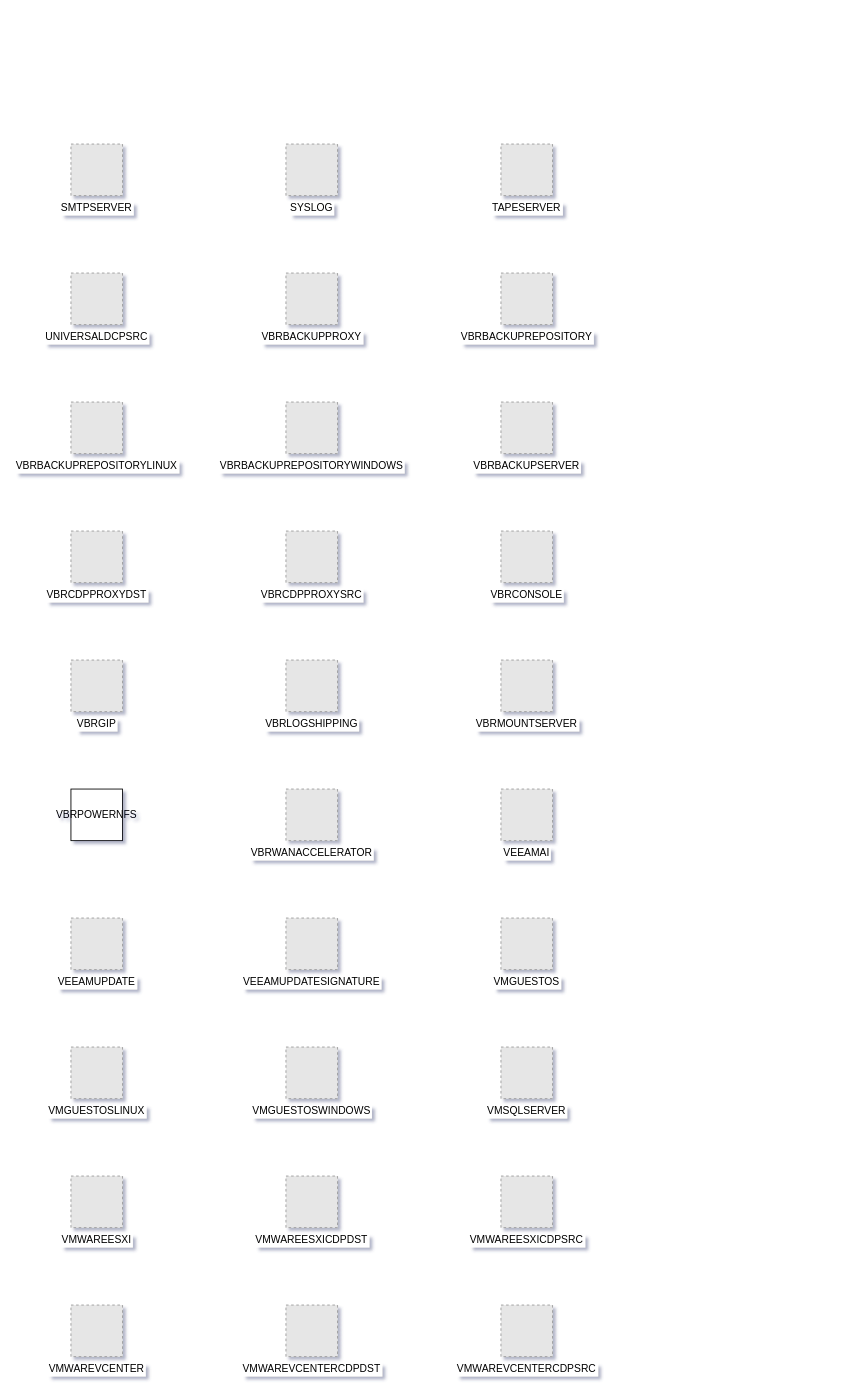
The draw.io diagram utility/check_styles/portfolio.drawio in strangenewcoder/VeeamDesigner, before the edit. Source tidied: cells renumbered, new cells numbered last; positions are measured from the earlier drawing's top-left corner, leaving out a move shared by most shapes. Both pictures are drawn from the tidied source at 86%, with x=0, y=0 at pixel (71, 144). Pictures stored in the file or linked from it are replaced by grey dashed boxes.
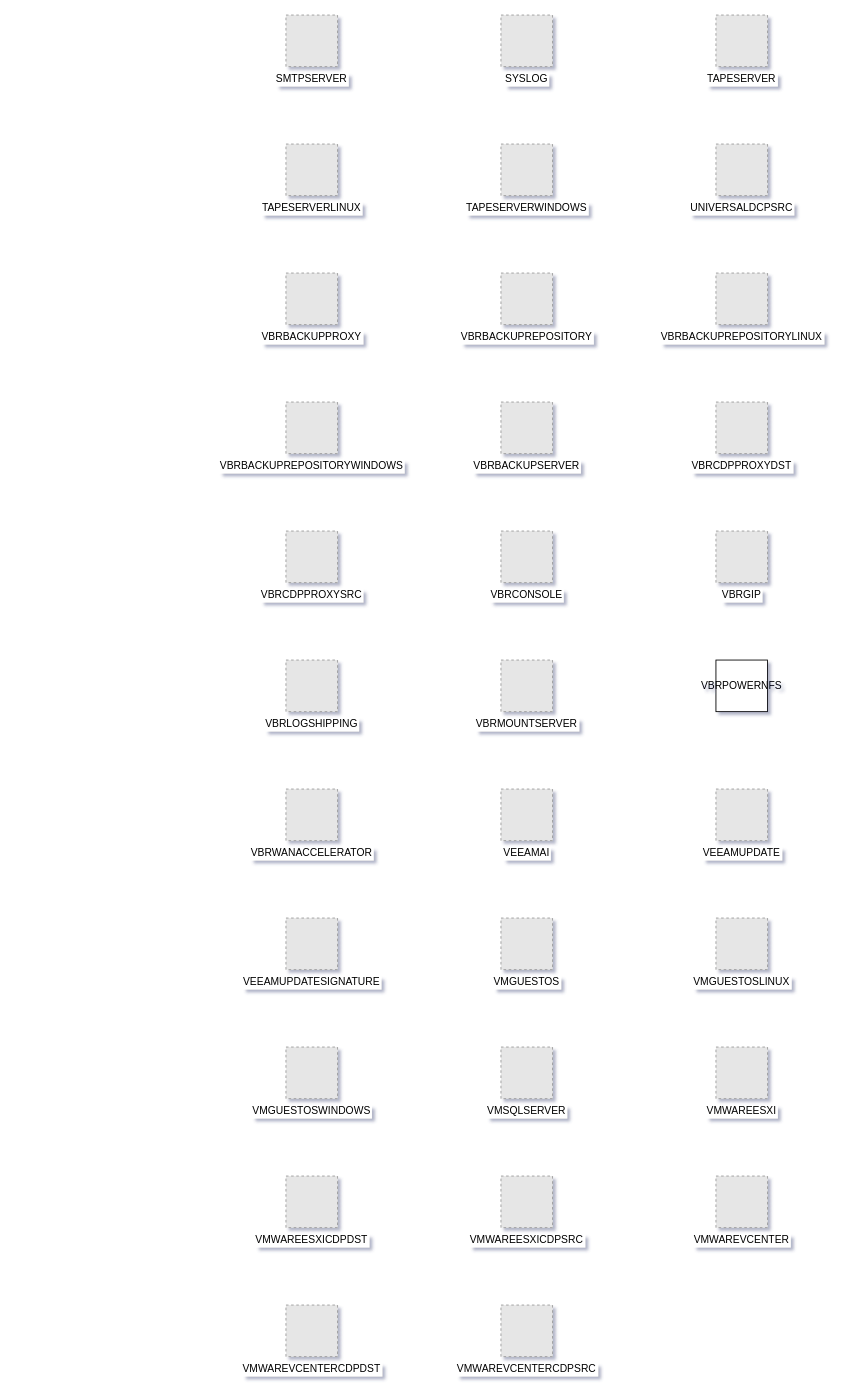
The same page after the edit.

What changed in the source:
```diff
@@
     <mxCell id="2" value="SMTPSERVER" style="fillColor=#E6E6E6;strokeColor=#999999;dashed=1;verticalLabelPosition=bottom;labelBackgroundColor=default;verticalAlign=top;" parent="1" vertex="1">
-      <mxGeometry width="60" height="60" as="geometry" />
+      <mxGeometry x="250" y="-150" width="60" height="60" as="geometry" />
     </mxCell>
     <mxCell id="3" value="SYSLOG" style="fillColor=#E6E6E6;strokeColor=#999999;dashed=1;verticalLabelPosition=bottom;labelBackgroundColor=default;verticalAlign=top;" parent="1" vertex="1">
-      <mxGeometry x="250" width="60" height="60" as="geometry" />
+      <mxGeometry x="500" y="-150" width="60" height="60" as="geometry" />
     </mxCell>
     <mxCell id="4" value="TAPESERVER" style="fillColor=#E6E6E6;strokeColor=#999999;dashed=1;verticalLabelPosition=bottom;labelBackgroundColor=default;verticalAlign=top;" parent="1" vertex="1">
-      <mxGeometry x="500" width="60" height="60" as="geometry" />
+      <mxGeometry x="750" y="-150" width="60" height="60" as="geometry" />
     </mxCell>
+    <mxCell id="32" value="TAPESERVERLINUX" style="fillColor=#E6E6E6;strokeColor=#999999;dashed=1;verticalLabelPosition=bottom;labelBackgroundColor=default;verticalAlign=top;" parent="1" vertex="1">
+      <mxGeometry x="250" width="60" height="60" as="geometry" />
+    </mxCell>
+    <mxCell id="33" value="TAPESERVERWINDOWS" style="fillColor=#E6E6E6;strokeColor=#999999;dashed=1;verticalLabelPosition=bottom;labelBackgroundColor=default;verticalAlign=top;" parent="1" vertex="1">
+      <mxGeometry x="500" width="60" height="60" as="geometry" />
+    </mxCell>
     <mxCell id="5" value="UNIVERSALDCPSRC" style="fillColor=#E6E6E6;strokeColor=#999999;dashed=1;verticalLabelPosition=bottom;labelBackgroundColor=default;verticalAlign=top;" parent="1" vertex="1">
-      <mxGeometry y="150" width="60" height="60" as="geometry" />
+      <mxGeometry x="750" width="60" height="60" as="geometry" />
     </mxCell>
@@
     <mxCell id="8" value="VBRBACKUPREPOSITORYLINUX" style="fillColor=#E6E6E6;strokeColor=#999999;dashed=1;verticalLabelPosition=bottom;labelBackgroundColor=default;verticalAlign=top;" parent="1" vertex="1">
-      <mxGeometry y="300" width="60" height="60" as="geometry" />
+      <mxGeometry x="750" y="150" width="60" height="60" as="geometry" />
     </mxCell>
@@
     <mxCell id="11" value="VBRCDPPROXYDST" style="fillColor=#E6E6E6;strokeColor=#999999;dashed=1;verticalLabelPosition=bottom;labelBackgroundColor=default;verticalAlign=top;" parent="1" vertex="1">
-      <mxGeometry y="450" width="60" height="60" as="geometry" />
+      <mxGeometry x="750" y="300" width="60" height="60" as="geometry" />
     </mxCell>
@@
     <mxCell id="14" value="VBRGIP" style="fillColor=#E6E6E6;strokeColor=#999999;dashed=1;verticalLabelPosition=bottom;labelBackgroundColor=default;verticalAlign=top;" parent="1" vertex="1">
-      <mxGeometry y="600" width="60" height="60" as="geometry" />
+      <mxGeometry x="750" y="450" width="60" height="60" as="geometry" />
     </mxCell>
@@
     <mxCell id="17" value="VBRPOWERNFS" style="rounded=0;whiteSpace=wrap;html=1;" parent="1" vertex="1">
-      <mxGeometry y="750" width="60" height="60" as="geometry" />
+      <mxGeometry x="750" y="600" width="60" height="60" as="geometry" />
     </mxCell>
@@
     <mxCell id="20" value="VEEAMUPDATE" style="fillColor=#E6E6E6;strokeColor=#999999;dashed=1;verticalLabelPosition=bottom;labelBackgroundColor=default;verticalAlign=top;" parent="1" vertex="1">
-      <mxGeometry y="900" width="60" height="60" as="geometry" />
+      <mxGeometry x="750" y="750" width="60" height="60" as="geometry" />
     </mxCell>
@@
     <mxCell id="23" value="VMGUESTOSLINUX" style="fillColor=#E6E6E6;strokeColor=#999999;dashed=1;verticalLabelPosition=bottom;labelBackgroundColor=default;verticalAlign=top;" parent="1" vertex="1">
-      <mxGeometry y="1050" width="60" height="60" as="geometry" />
+      <mxGeometry x="750" y="900" width="60" height="60" as="geometry" />
     </mxCell>
@@
     <mxCell id="26" value="VMWAREESXI" style="fillColor=#E6E6E6;strokeColor=#999999;dashed=1;verticalLabelPosition=bottom;labelBackgroundColor=default;verticalAlign=top;" parent="1" vertex="1">
-      <mxGeometry y="1200" width="60" height="60" as="geometry" />
+      <mxGeometry x="750" y="1050" width="60" height="60" as="geometry" />
     </mxCell>
@@
     <mxCell id="29" value="VMWAREVCENTER" style="fillColor=#E6E6E6;strokeColor=#999999;dashed=1;verticalLabelPosition=bottom;labelBackgroundColor=default;verticalAlign=top;" parent="1" vertex="1">
-      <mxGeometry y="1350" width="60" height="60" as="geometry" />
+      <mxGeometry x="750" y="1200" width="60" height="60" as="geometry" />
     </mxCell>
```
